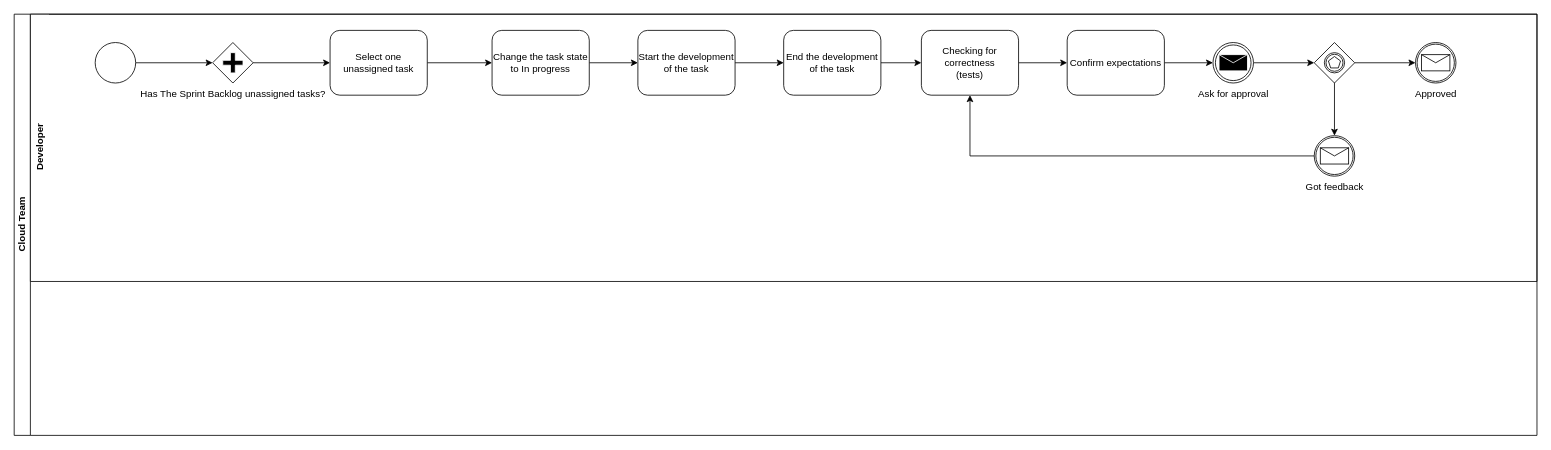
Above: combiq/DevelopmentWorkBPMN.drawio in m1guel/diagrams (draw.io), before the change. Source tidied: cells renumbered, new cells numbered last; positions are measured from the earlier drawing's top-left corner, leaving out a move shared by most shapes. Both pictures are drawn from the tidied source at 81%, with x=0, y=0 at pixel (14, 14).
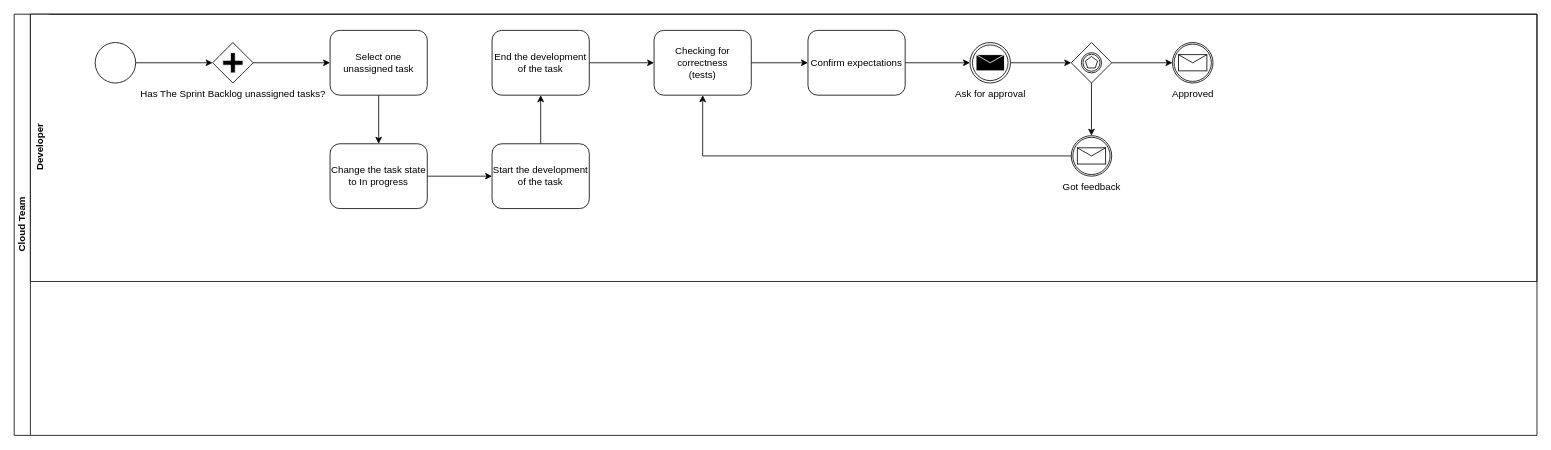
The same diagram, later.

Unchanged cells that the change refers to:
```xml
<mxCell id="3" value="Developer" style="swimlane;html=1;horizontal=0;swimlaneLine=0;" parent="2" vertex="1">
  <mxGeometry x="20" width="1860" height="330" as="geometry" />
</mxCell>
<mxCell id="9" value="Select one unassigned task" style="shape=ext;rounded=1;html=1;whiteSpace=wrap;" parent="3" vertex="1">
  <mxGeometry x="370" y="20" width="120" height="80" as="geometry" />
</mxCell>
```

The edit, as a diff of the source:
```diff
@@
-    <mxCell id="8" style="edgeStyle=orthogonalEdgeStyle;rounded=0;jettySize=auto;html=1;exitX=1;exitY=0.5;exitDx=0;exitDy=0;entryX=0;entryY=0.5;entryDx=0;entryDy=0;" parent="3" edge="1" source="9" target="11">
+    <mxCell id="8" style="edgeStyle=orthogonalEdgeStyle;rounded=0;jettySize=auto;html=1;exitX=0.5;exitY=1;exitDx=0;exitDy=0;entryX=0.5;entryY=0;entryDx=0;entryDy=0;" parent="3" edge="1" source="9" target="11">
       <mxGeometry relative="1" as="geometry" />
     </mxCell>
@@
     <mxCell id="11" value="Change the task state to In progress" style="shape=ext;rounded=1;html=1;whiteSpace=wrap;" parent="3" vertex="1">
-      <mxGeometry x="570" y="20" width="120" height="80" as="geometry" />
+      <mxGeometry x="370" y="160" width="120" height="80" as="geometry" />
     </mxCell>
-    <mxCell id="12" style="edgeStyle=orthogonalEdgeStyle;rounded=0;jettySize=auto;html=1;exitX=1;exitY=0.5;exitDx=0;exitDy=0;" parent="3" edge="1" source="13" target="15">
+    <mxCell id="12" style="edgeStyle=orthogonalEdgeStyle;rounded=0;jettySize=auto;html=1;exitX=0.5;exitY=0;exitDx=0;exitDy=0;entryX=0.5;entryY=1;entryDx=0;entryDy=0;" parent="3" edge="1" source="13" target="15">
       <mxGeometry relative="1" as="geometry" />
     </mxCell>
     <mxCell id="13" value="Start the development of the task" style="shape=ext;rounded=1;html=1;whiteSpace=wrap;" parent="3" vertex="1">
-      <mxGeometry x="750" y="20" width="120" height="80" as="geometry" />
+      <mxGeometry x="570" y="160" width="120" height="80" as="geometry" />
     </mxCell>
@@
     <mxCell id="15" value="End the development of the task" style="shape=ext;rounded=1;html=1;whiteSpace=wrap;" parent="3" vertex="1">
-      <mxGeometry x="930" y="20" width="120" height="80" as="geometry" />
+      <mxGeometry x="570" y="20" width="120" height="80" as="geometry" />
     </mxCell>
@@
     <mxCell id="17" value="Checking for correctness&lt;br&gt;(tests)&lt;br&gt;" style="shape=ext;rounded=1;html=1;whiteSpace=wrap;" parent="3" vertex="1">
-      <mxGeometry x="1100" y="20" width="120" height="80" as="geometry" />
+      <mxGeometry x="770" y="20" width="120" height="80" as="geometry" />
     </mxCell>
@@
     <mxCell id="19" value="Confirm expectations" style="shape=ext;rounded=1;html=1;whiteSpace=wrap;" parent="3" vertex="1">
-      <mxGeometry x="1280" y="20" width="120" height="80" as="geometry" />
+      <mxGeometry x="960" y="20" width="120" height="80" as="geometry" />
     </mxCell>
@@
     <mxCell id="21" value="Ask for approval" style="shape=mxgraph.bpmn.shape;html=1;verticalLabelPosition=bottom;labelBackgroundColor=#ffffff;verticalAlign=top;align=center;perimeter=ellipsePerimeter;outlineConnect=0;outline=throwing;symbol=message;" parent="3" vertex="1">
-      <mxGeometry x="1460" y="35" width="50" height="50" as="geometry" />
+      <mxGeometry x="1160" y="35" width="50" height="50" as="geometry" />
     </mxCell>
@@
     <mxCell id="24" style="shape=mxgraph.bpmn.shape;html=1;verticalLabelPosition=bottom;labelBackgroundColor=#ffffff;verticalAlign=top;align=center;perimeter=rhombusPerimeter;background=gateway;outlineConnect=0;outline=catching;symbol=multiple;" parent="3" vertex="1">
-      <mxGeometry x="1585" y="35" width="50" height="50" as="geometry" />
+      <mxGeometry x="1285" y="35" width="50" height="50" as="geometry" />
     </mxCell>
     <mxCell id="25" value="Approved" style="shape=mxgraph.bpmn.shape;html=1;verticalLabelPosition=bottom;labelBackgroundColor=#ffffff;verticalAlign=top;align=center;perimeter=ellipsePerimeter;outlineConnect=0;outline=boundInt;symbol=message;" parent="3" vertex="1">
-      <mxGeometry x="1710" y="35" width="50" height="50" as="geometry" />
+      <mxGeometry x="1410" y="35" width="50" height="50" as="geometry" />
     </mxCell>
@@
     <mxCell id="27" value="Got feedback" style="shape=mxgraph.bpmn.shape;html=1;verticalLabelPosition=bottom;labelBackgroundColor=#ffffff;verticalAlign=top;align=center;perimeter=ellipsePerimeter;outlineConnect=0;outline=boundInt;symbol=message;" parent="3" vertex="1">
-      <mxGeometry x="1585" y="150" width="50" height="50" as="geometry" />
+      <mxGeometry x="1285" y="150" width="50" height="50" as="geometry" />
     </mxCell>
```
